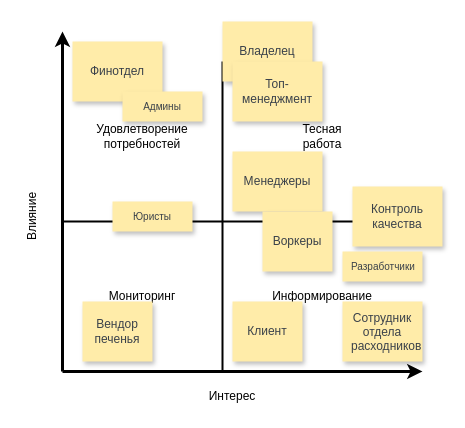
jnzz/MCF keeps this draw.io diagram as Power-Interest Grid.drawio. Above is the earlier version. Source tidied: cells renumbered, new cells numbered last; positions are measured from the earlier drawing's top-left corner, leaving out a move shared by most shapes. Both pictures are drawn from the tidied source at 100%, with x=0, y=0 at pixel (2, 21).
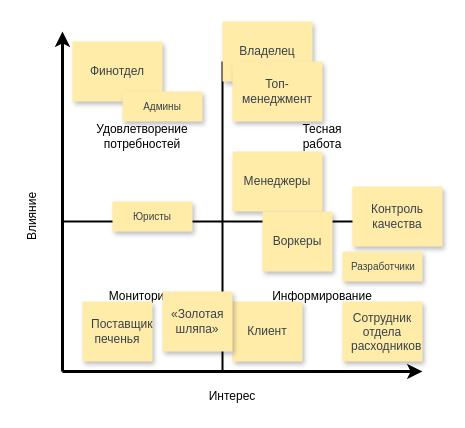
The same diagram, later.

The edit, as a diff of the source:
```diff
@@
-    <mxCell id="15" value="Вендор печенья" style="html=1;overflow=block;blockSpacing=1;whiteSpace=wrap;shadow=1;fontSize=12;fontColor=#3a414a;spacing=9;strokeColor=none;strokeOpacity=100;fillColor=#FFECA9;strokeWidth=0;lucidId=poOMKIs.5_XG;" parent="1" vertex="1">
+    <mxCell id="15" value="Поставщик печенья" style="html=1;overflow=block;blockSpacing=1;whiteSpace=wrap;shadow=1;fontSize=12;fontColor=#3a414a;spacing=9;strokeColor=none;strokeOpacity=100;fillColor=#FFECA9;strokeWidth=0;lucidId=poOMKIs.5_XG;" parent="1" vertex="1">
       <mxGeometry x="80" y="280" width="70" height="60" as="geometry" />
     </mxCell>
@@
+    <mxCell id="24" value="«Золотая шляпа»" style="html=1;overflow=block;blockSpacing=1;whiteSpace=wrap;shadow=1;fontSize=12;fontColor=#3a414a;spacing=9;strokeColor=none;strokeOpacity=100;fillColor=#FFECA9;strokeWidth=0;lucidId=poOMKIs.5_XG;" parent="1" vertex="1">
+      <mxGeometry x="160" y="270" width="70" height="60" as="geometry" />
+    </mxCell>
```
